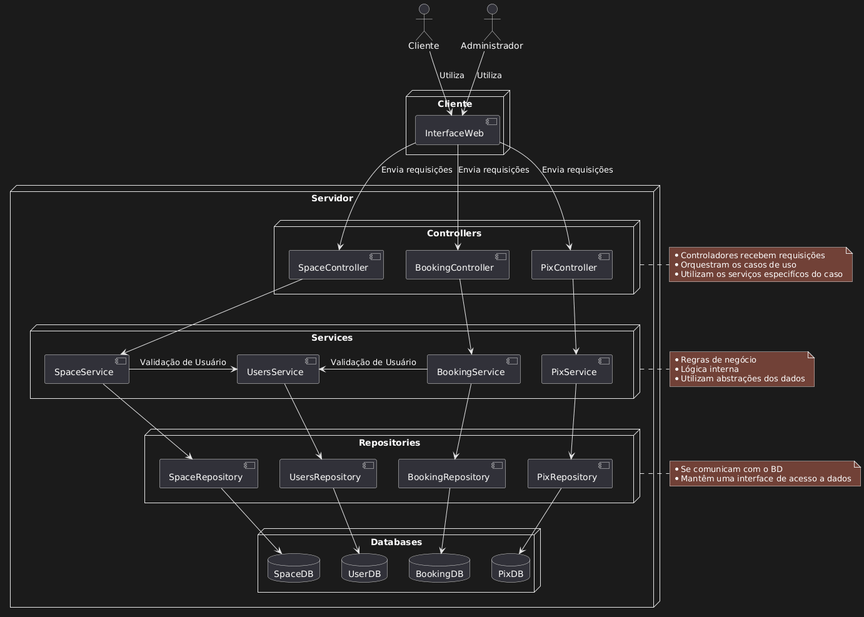
Above: diagrams/cscomponentes.png in d4vi13/SeuCantinho (PlantUML), before the change.
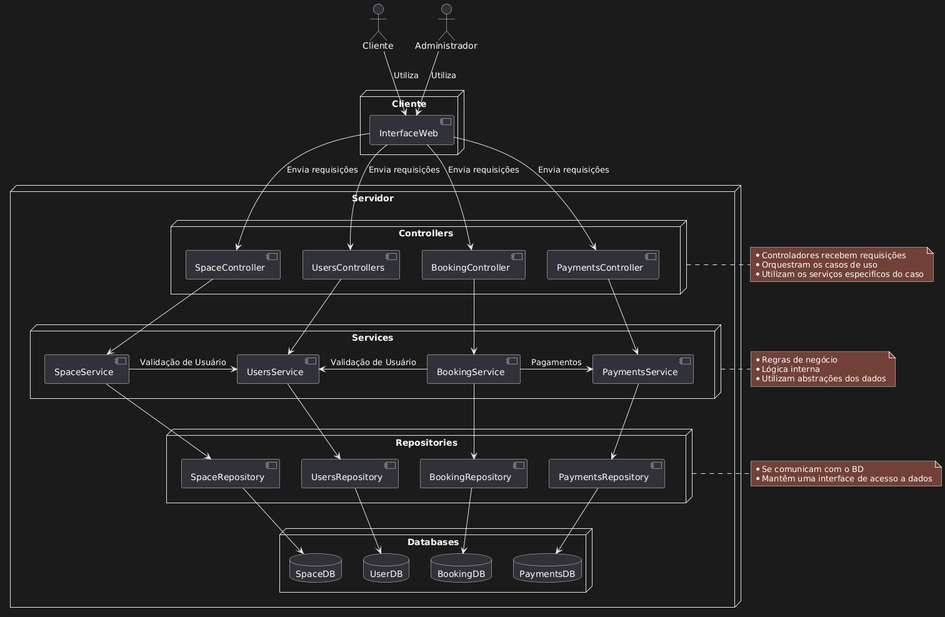
Later version of the same file.

The edit, as a diff of the source:
```diff
@@ -8,29 +8,30 @@
 
 Node Servidor {
     Node Controllers {
+        component [UsersControllers] as UC
         component [BookingController] as BC
-        component [PixController] as PC
+        component [PaymentsController] as PC
         component [SpaceController] as SC
     }
 
 
     Node Services {
         component [BookingService] as BS
-        component [PixService] as PS
+        component [PaymentsService] as PS
         component [SpaceService] as SS
         component [UsersService] as US
     }
 
     Node Repositories {
         component [BookingRepository] as BR
-        component [PixRepository] as PR
+        component [PaymentsRepository] as PR
         component [SpaceRepository] as SR
         component [UsersRepository] as UR
     }
 
     Node Databases {
         database BookingDB as BD
-        database PixDB as PD
+        database PaymentsDB as PD
         database SpaceDB as SD
         database UserDB as UD
     }
@@ -40,12 +41,15 @@
 ADM --> IW : Utiliza
 
 IW --> BC : Envia requisições
+IW --> UC : Envia requisições
 IW --> PC : Envia requisições
 IW --> SC : Envia requisições
 
 BC --> BS
 PC --> PS
 SC --> SS
+SC -r[hidden]-> UC
+UC --> US
 
 BS --> BR
 PS --> PR
@@ -53,6 +57,7 @@
 US --> UR
 SS -r-> US : "Validação de Usuário"
 BS -l-> US : "Validação de Usuário"
+BS -r-> PS : "Pagamentos"
 
 BR --> BD
 PR --> PD
```
